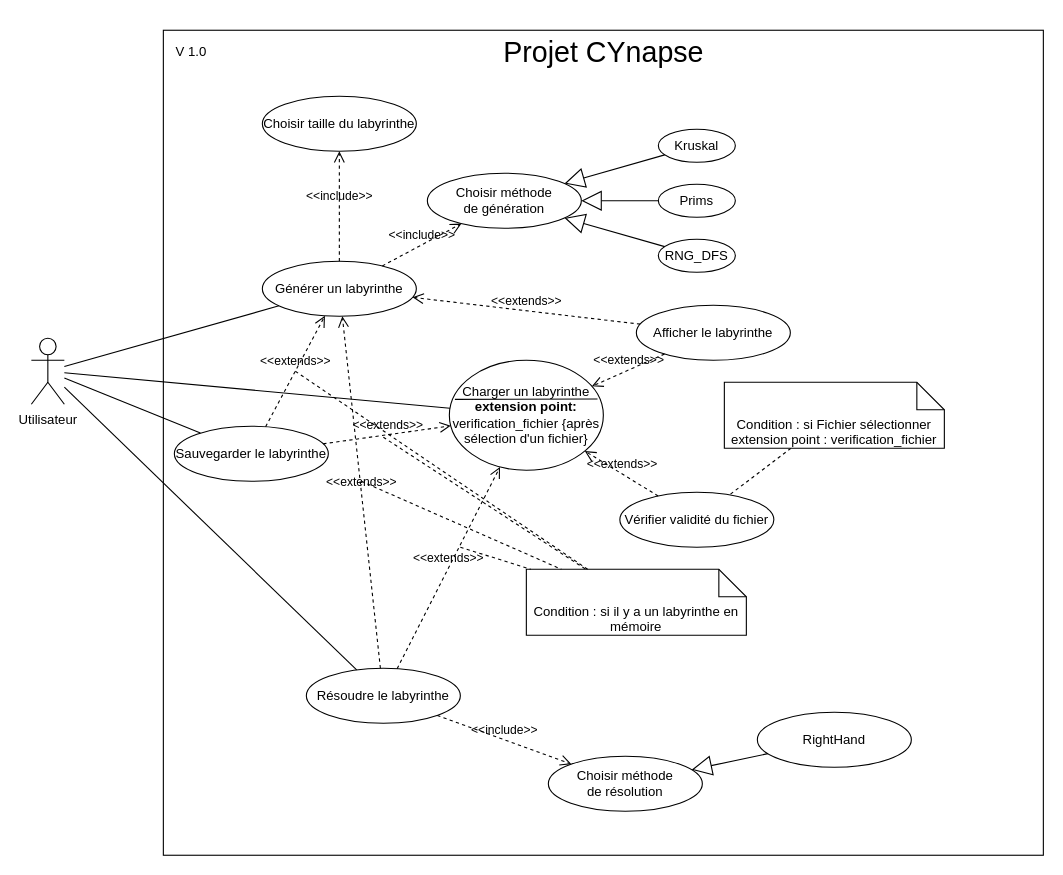
Minetriforce/ProjetCynapse-ING1 keeps this draw.io diagram as drawIoDiagram/CYnapse_UseCase_diagram.drawio. Above is the earlier version. Source tidied: cells renumbered, new cells numbered last; positions are measured from the earlier drawing's top-left corner, leaving out a move shared by most shapes. Both pictures are drawn from the tidied source at 110%, with x=0, y=0 at pixel (31, 30).
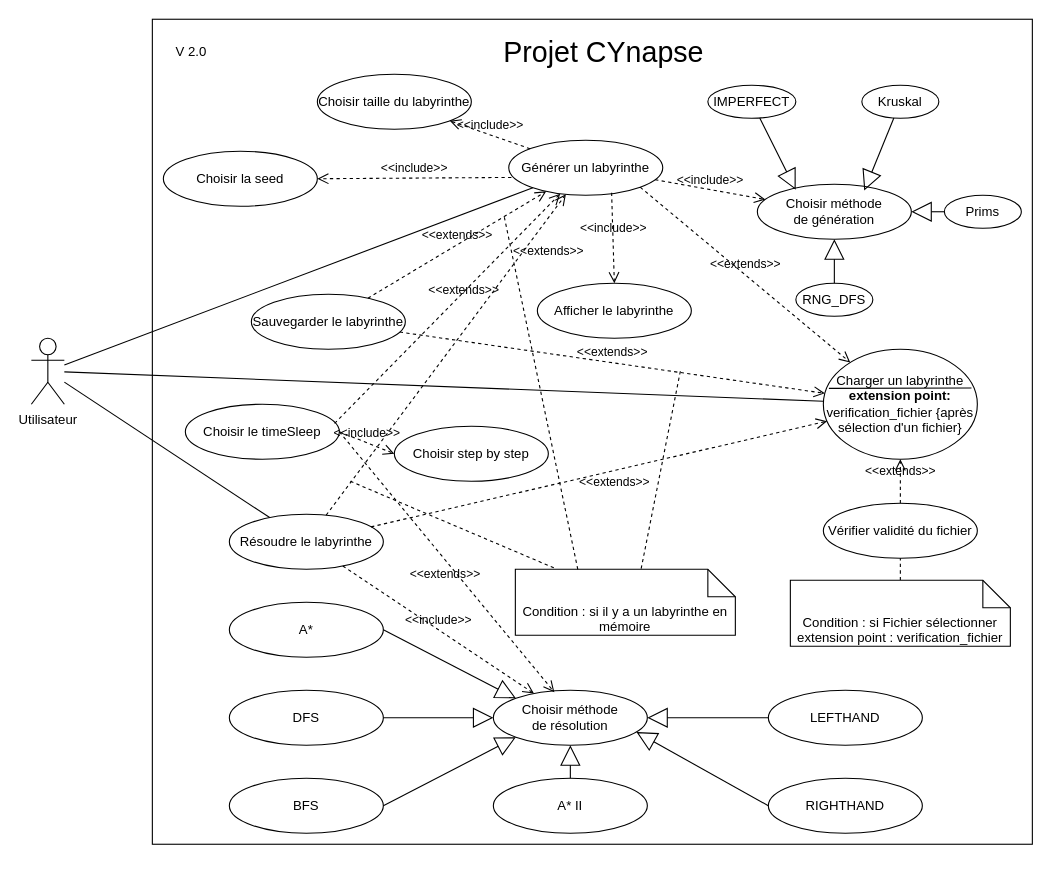
The same page after the edit.

Commit message:
update: diagramme de cas d'utilisation

The change refers to these unchanged cells:
```xml
<mxCell id="2" value="Utilisateur" style="shape=umlActor;verticalLabelPosition=bottom;verticalAlign=top;html=1;outlineConnect=0;" parent="1" vertex="1">
  <mxGeometry y="280" width="30" height="60" as="geometry" />
</mxCell>
```

The edit, as a diff of the source:
```diff
@@
     <mxCell id="3" style="rounded=0;whiteSpace=wrap;html=1;" parent="1" vertex="1">
-      <mxGeometry x="120" width="800" height="750" as="geometry" />
+      <mxGeometry x="110" y="-10" width="800" height="750" as="geometry" />
     </mxCell>
@@
     <mxCell id="5" value="Générer un labyrinthe" style="ellipse;whiteSpace=wrap;html=1;" parent="1" vertex="1">
-      <mxGeometry x="210" y="210" width="140" height="50" as="geometry" />
+      <mxGeometry x="434" y="100" width="140" height="50" as="geometry" />
     </mxCell>
@@
     <mxCell id="7" value="Charger un labyrinthe&lt;div&gt;&lt;b&gt;extension point: &lt;/b&gt;verification_fichier {après sélection d'un fichier}&lt;/div&gt;" style="ellipse;whiteSpace=wrap;html=1;" parent="1" vertex="1">
-      <mxGeometry x="380" y="300" width="140" height="100" as="geometry" />
+      <mxGeometry x="720" y="290" width="140" height="100" as="geometry" />
     </mxCell>
@@
     <mxCell id="9" value="Résoudre le labyrinthe" style="ellipse;whiteSpace=wrap;html=1;" parent="1" vertex="1">
-      <mxGeometry x="250" y="580" width="140" height="50" as="geometry" />
+      <mxGeometry x="180" y="440" width="140" height="50" as="geometry" />
     </mxCell>
@@
     <mxCell id="11" value="Afficher le labyrinthe" style="ellipse;whiteSpace=wrap;html=1;" parent="1" vertex="1">
-      <mxGeometry x="550" y="250" width="140" height="50" as="geometry" />
+      <mxGeometry x="460" y="230" width="140" height="50" as="geometry" />
     </mxCell>
     <mxCell id="12" value="Choisir taille du labyrinthe" style="ellipse;whiteSpace=wrap;html=1;" parent="1" vertex="1">
-      <mxGeometry x="210" y="60" width="140" height="50" as="geometry" />
+      <mxGeometry x="260" y="40" width="140" height="50" as="geometry" />
     </mxCell>
     <mxCell id="13" value="Choisir méthode&lt;div&gt;de résolution&lt;/div&gt;" style="ellipse;whiteSpace=wrap;html=1;" parent="1" vertex="1">
-      <mxGeometry x="470" y="660" width="140" height="50" as="geometry" />
+      <mxGeometry x="420" y="600" width="140" height="50" as="geometry" />
     </mxCell>
     <mxCell id="14" value="Vérifier validité du fichier" style="ellipse;whiteSpace=wrap;html=1;" parent="1" vertex="1">
-      <mxGeometry x="535" y="420" width="140" height="50" as="geometry" />
+      <mxGeometry x="720" y="430" width="140" height="50" as="geometry" />
     </mxCell>
@@
     <mxCell id="17" value="Condition : si Fichier sélectionner&lt;br&gt;extension point : verification_fichier" style="shape=note2;boundedLbl=1;whiteSpace=wrap;html=1;size=25;verticalAlign=top;align=center;" parent="1" vertex="1">
-      <mxGeometry x="630" y="320" width="200" height="60" as="geometry" />
+      <mxGeometry x="690" y="500" width="200" height="60" as="geometry" />
     </mxCell>
@@
-    <mxCell id="19" value="&amp;lt;&amp;lt;extends&amp;gt;&amp;gt;" style="endArrow=open;startArrow=none;endFill=0;startFill=0;endSize=8;html=1;verticalAlign=bottom;dashed=1;labelBackgroundColor=none;rounded=0;" parent="1" edge="1" source="11" target="5">
-      <mxGeometry relative="1" as="geometry" />
-    </mxCell>
-    <mxCell id="20" value="&amp;lt;&amp;lt;extends&amp;gt;&amp;gt;" style="endArrow=open;startArrow=none;endFill=0;startFill=0;endSize=8;html=1;verticalAlign=bottom;dashed=1;labelBackgroundColor=none;rounded=0;" parent="1" edge="1" source="11" target="7">
+    <mxCell id="20" value="&amp;lt;&amp;lt;extends&amp;gt;&amp;gt;" style="endArrow=open;startArrow=none;endFill=0;startFill=0;endSize=8;html=1;verticalAlign=bottom;dashed=1;labelBackgroundColor=none;rounded=0;exitX=1;exitY=1;exitDx=0;exitDy=0;" parent="1" edge="1" source="5" target="7">
       <mxGeometry relative="1" as="geometry" />
     </mxCell>
@@
     <mxCell id="22" value="Choisir méthode&lt;div&gt;de génération&lt;/div&gt;" style="ellipse;whiteSpace=wrap;html=1;" parent="1" vertex="1">
-      <mxGeometry x="360" y="130" width="140" height="50" as="geometry" />
+      <mxGeometry x="660" y="140" width="140" height="50" as="geometry" />
     </mxCell>
@@
     <mxCell id="24" value="Kruskal" style="ellipse;whiteSpace=wrap;html=1;" parent="1" vertex="1">
-      <mxGeometry x="570" y="90" width="70" height="30" as="geometry" />
+      <mxGeometry x="755" y="50" width="70" height="30" as="geometry" />
     </mxCell>
     <mxCell id="25" value="Prims" style="ellipse;whiteSpace=wrap;html=1;" parent="1" vertex="1">
-      <mxGeometry x="570" y="140" width="70" height="30" as="geometry" />
+      <mxGeometry x="830" y="150" width="70" height="30" as="geometry" />
     </mxCell>
     <mxCell id="26" value="RNG_DFS" style="ellipse;whiteSpace=wrap;html=1;" parent="1" vertex="1">
-      <mxGeometry x="570" y="190" width="70" height="30" as="geometry" />
+      <mxGeometry x="695" y="230" width="70" height="30" as="geometry" />
     </mxCell>
@@
-    <mxCell id="29" style="endArrow=block;endSize=16;endFill=0;html=1;rounded=0;" parent="1" edge="1" source="24" target="22">
+    <mxCell id="29" style="endArrow=block;endSize=16;endFill=0;html=1;rounded=0;entryX=0.694;entryY=0.116;entryDx=0;entryDy=0;entryPerimeter=0;" parent="1" edge="1" source="24" target="22">
       <mxGeometry relative="1" as="geometry" />
     </mxCell>
     <mxCell id="30" value="Sauvegarder le labyrinthe" style="ellipse;whiteSpace=wrap;html=1;" parent="1" vertex="1">
-      <mxGeometry x="130" y="360" width="140" height="50" as="geometry" />
+      <mxGeometry x="200" y="240" width="140" height="50" as="geometry" />
     </mxCell>
-    <mxCell id="31" style="endArrow=none;html=1;rounded=0;" parent="1" edge="1" source="2" target="30">
-      <mxGeometry relative="1" as="geometry" />
-    </mxCell>
@@
     <mxCell id="35" value="&amp;lt;&amp;lt;extends&amp;gt;&amp;gt;" style="endArrow=open;startArrow=none;endFill=0;startFill=0;endSize=8;html=1;verticalAlign=bottom;dashed=1;labelBackgroundColor=none;rounded=0;" parent="1" edge="1" source="9" target="7">
-      <mxGeometry relative="1" as="geometry" />
+      <mxGeometry x="0.05" y="-19" relative="1" as="geometry" />
     </mxCell>
     <mxCell id="36" value="&amp;lt;&amp;lt;extends&amp;gt;&amp;gt;" style="endArrow=open;startArrow=none;endFill=0;startFill=0;endSize=8;html=1;verticalAlign=bottom;dashed=1;labelBackgroundColor=none;rounded=0;" parent="1" edge="1" source="9" target="5">
-      <mxGeometry relative="1" as="geometry" />
+      <mxGeometry x="0.68" y="-24" relative="1" as="geometry" />
     </mxCell>
     <mxCell id="37" value="Condition : si il y a un labyrinthe en mémoire" style="shape=note2;boundedLbl=1;whiteSpace=wrap;html=1;size=25;verticalAlign=top;align=center;" parent="1" vertex="1">
-      <mxGeometry x="450" y="490" width="200" height="60" as="geometry" />
+      <mxGeometry x="440" y="490" width="200" height="60" as="geometry" />
     </mxCell>
-    <mxCell id="38" style="endArrow=none;dashed=1;html=1;rounded=0;" parent="1" edge="1" target="37">
+    <mxCell id="38" style="endArrow=none;dashed=1;html=1;rounded=0;entryX=0.178;entryY=-0.017;entryDx=0;entryDy=0;entryPerimeter=0;" parent="1" edge="1" target="37">
       <mxGeometry relative="1" as="geometry">
-        <mxPoint x="390" y="470" as="sourcePoint" />
+        <mxPoint x="290" y="410" as="sourcePoint" />
       </mxGeometry>
     </mxCell>
-    <mxCell id="39" style="endArrow=none;dashed=1;html=1;rounded=0;" parent="1" edge="1" target="37">
+    <mxCell id="39" style="endArrow=none;dashed=1;html=1;rounded=0;entryX=0.57;entryY=0.023;entryDx=0;entryDy=0;entryPerimeter=0;" parent="1" edge="1" target="37">
       <mxGeometry relative="1" as="geometry">
-        <mxPoint x="300" y="410" as="sourcePoint" />
+        <mxPoint x="590" y="310" as="sourcePoint" />
       </mxGeometry>
     </mxCell>
-    <mxCell id="40" style="endArrow=none;dashed=1;html=1;rounded=0;" parent="1" edge="1" target="37">
+    <mxCell id="40" style="endArrow=none;dashed=1;html=1;rounded=0;entryX=0.286;entryY=0.037;entryDx=0;entryDy=0;entryPerimeter=0;" parent="1" edge="1" target="37">
       <mxGeometry relative="1" as="geometry">
-        <mxPoint x="320" y="370" as="sourcePoint" />
+        <mxPoint x="430" y="170" as="sourcePoint" />
       </mxGeometry>
     </mxCell>
-    <mxCell id="41" style="endArrow=none;dashed=1;html=1;rounded=0;" parent="1" edge="1" target="37">
-      <mxGeometry relative="1" as="geometry">
-        <mxPoint x="240" y="310" as="sourcePoint" />
-      </mxGeometry>
-    </mxCell>
-    <mxCell id="42" value="RightHand" style="ellipse;whiteSpace=wrap;html=1;" parent="1" vertex="1">
-      <mxGeometry x="660" y="620" width="140" height="50" as="geometry" />
+    <mxCell id="42" value="LEFTHAND" style="ellipse;whiteSpace=wrap;html=1;" parent="1" vertex="1">
+      <mxGeometry x="670" y="600" width="140" height="50" as="geometry" />
     </mxCell>
@@
-    <mxCell id="44" value="V 1.0" style="text;html=1;align=center;verticalAlign=middle;strokeColor=none;fillColor=none;" parent="1" vertex="1">
+    <mxCell id="44" value="V 2.0" style="text;html=1;align=center;verticalAlign=middle;strokeColor=none;fillColor=none;" parent="1" vertex="1">
       <mxGeometry x="120" y="5" width="50" height="30" as="geometry" />
     </mxCell>
+    <mxCell id="45" value="Choisir la seed" style="ellipse;whiteSpace=wrap;html=1;" parent="1" vertex="1">
+      <mxGeometry x="120" y="110" width="140" height="50" as="geometry" />
+    </mxCell>
+    <mxCell id="46" value="&amp;lt;&amp;lt;include&amp;gt;&amp;gt;" style="endArrow=open;startArrow=none;endFill=0;startFill=0;endSize=8;html=1;verticalAlign=bottom;dashed=1;labelBackgroundColor=none;rounded=0;exitX=0.017;exitY=0.676;exitDx=0;exitDy=0;exitPerimeter=0;entryX=1;entryY=0.5;entryDx=0;entryDy=0;" parent="1" edge="1" source="5" target="45">
+      <mxGeometry relative="1" as="geometry" />
+    </mxCell>
+    <mxCell id="47" value="IMPERFECT" style="ellipse;whiteSpace=wrap;html=1;" parent="1" vertex="1">
+      <mxGeometry x="615" y="50" width="80" height="30" as="geometry" />
+    </mxCell>
+    <mxCell id="48" style="endArrow=block;endSize=16;endFill=0;html=1;rounded=0;entryX=0.249;entryY=0.1;entryDx=0;entryDy=0;entryPerimeter=0;" parent="1" edge="1" source="47" target="22">
+      <mxGeometry relative="1" as="geometry" />
+    </mxCell>
+    <mxCell id="49" value="RIGHTHAND" style="ellipse;whiteSpace=wrap;html=1;" parent="1" vertex="1">
+      <mxGeometry x="670" y="680" width="140" height="50" as="geometry" />
+    </mxCell>
+    <mxCell id="50" value="DFS" style="ellipse;whiteSpace=wrap;html=1;" parent="1" vertex="1">
+      <mxGeometry x="180" y="600" width="140" height="50" as="geometry" />
+    </mxCell>
+    <mxCell id="51" value="BFS" style="ellipse;whiteSpace=wrap;html=1;" parent="1" vertex="1">
+      <mxGeometry x="180" y="680" width="140" height="50" as="geometry" />
+    </mxCell>
+    <mxCell id="52" value="A* II" style="ellipse;whiteSpace=wrap;html=1;" parent="1" vertex="1">
+      <mxGeometry x="420" y="680" width="140" height="50" as="geometry" />
+    </mxCell>
+    <mxCell id="53" value="A*" style="ellipse;whiteSpace=wrap;html=1;" parent="1" vertex="1">
+      <mxGeometry x="180" y="520" width="140" height="50" as="geometry" />
+    </mxCell>
+    <mxCell id="54" style="endArrow=block;endSize=16;endFill=0;html=1;rounded=0;entryX=0.929;entryY=0.76;entryDx=0;entryDy=0;entryPerimeter=0;exitX=0;exitY=0.5;exitDx=0;exitDy=0;" parent="1" edge="1" source="49" target="13">
+      <mxGeometry relative="1" as="geometry" />
+    </mxCell>
+    <mxCell id="55" style="endArrow=block;endSize=16;endFill=0;html=1;rounded=0;entryX=0;entryY=1;entryDx=0;entryDy=0;exitX=1;exitY=0.5;exitDx=0;exitDy=0;" parent="1" edge="1" source="51" target="13">
+      <mxGeometry relative="1" as="geometry" />
+    </mxCell>
+    <mxCell id="56" style="endArrow=block;endSize=16;endFill=0;html=1;rounded=0;entryX=0;entryY=0;entryDx=0;entryDy=0;exitX=1;exitY=0.5;exitDx=0;exitDy=0;" parent="1" edge="1" source="53" target="13">
+      <mxGeometry relative="1" as="geometry" />
+    </mxCell>
+    <mxCell id="57" style="endArrow=block;endSize=16;endFill=0;html=1;rounded=0;entryX=0;entryY=0.5;entryDx=0;entryDy=0;exitX=1;exitY=0.5;exitDx=0;exitDy=0;" parent="1" edge="1" source="50" target="13">
+      <mxGeometry relative="1" as="geometry" />
+    </mxCell>
+    <mxCell id="58" style="endArrow=block;endSize=16;endFill=0;html=1;rounded=0;entryX=0.5;entryY=1;entryDx=0;entryDy=0;exitX=0.5;exitY=0;exitDx=0;exitDy=0;" parent="1" edge="1" source="52" target="13">
+      <mxGeometry relative="1" as="geometry" />
+    </mxCell>
+    <mxCell id="59" value="Choisir step by step" style="ellipse;whiteSpace=wrap;html=1;" parent="1" vertex="1">
+      <mxGeometry x="330" y="360" width="140" height="50" as="geometry" />
+    </mxCell>
+    <mxCell id="60" value="Choisir le timeSleep" style="ellipse;whiteSpace=wrap;html=1;" parent="1" vertex="1">
+      <mxGeometry x="140" y="340" width="140" height="50" as="geometry" />
+    </mxCell>
+    <mxCell id="61" value="&amp;lt;&amp;lt;include&amp;gt;&amp;gt;" style="endArrow=open;startArrow=none;endFill=0;startFill=0;endSize=8;html=1;verticalAlign=bottom;dashed=1;labelBackgroundColor=none;rounded=0;exitX=1;exitY=0.5;exitDx=0;exitDy=0;entryX=0;entryY=0.5;entryDx=0;entryDy=0;" parent="1" edge="1" source="60" target="59">
+      <mxGeometry relative="1" as="geometry" />
+    </mxCell>
+    <mxCell id="62" value="&amp;lt;&amp;lt;extends&amp;gt;&amp;gt;" style="endArrow=open;startArrow=none;endFill=0;startFill=0;endSize=8;html=1;verticalAlign=bottom;dashed=1;labelBackgroundColor=none;rounded=0;exitX=0.969;exitY=0.348;exitDx=0;exitDy=0;exitPerimeter=0;" parent="1" edge="1" source="60" target="5">
+      <mxGeometry x="0.11" y="-5" relative="1" as="geometry" />
+    </mxCell>
+    <mxCell id="63" value="&amp;lt;&amp;lt;extends&amp;gt;&amp;gt;" style="endArrow=open;startArrow=none;endFill=0;startFill=0;endSize=8;html=1;verticalAlign=bottom;dashed=1;labelBackgroundColor=none;rounded=0;exitX=1;exitY=0.5;exitDx=0;exitDy=0;entryX=0.396;entryY=0.035;entryDx=0;entryDy=0;entryPerimeter=0;" parent="1" edge="1" source="60" target="13">
+      <mxGeometry x="0.09" y="-14" relative="1" as="geometry" />
+    </mxCell>
+    <mxCell id="64" value="&amp;lt;&amp;lt;include&amp;gt;&amp;gt;" style="endArrow=open;startArrow=none;endFill=0;startFill=0;endSize=8;html=1;verticalAlign=bottom;dashed=1;labelBackgroundColor=none;rounded=0;exitX=0.668;exitY=0.955;exitDx=0;exitDy=0;exitPerimeter=0;entryX=0.5;entryY=0;entryDx=0;entryDy=0;" parent="1" edge="1" source="5" target="11">
+      <mxGeometry relative="1" as="geometry" />
+    </mxCell>
```
